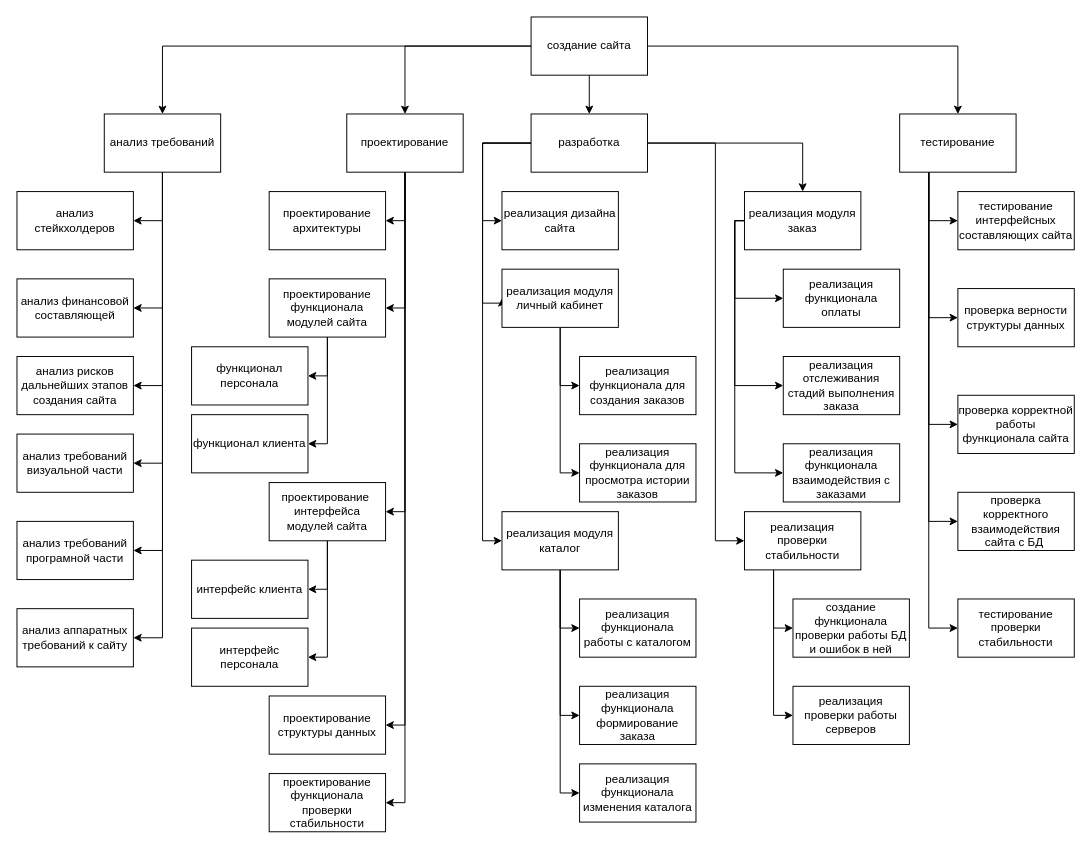
Above: page "Page-1" (1 of 2) of Untitled Diagram.drawio in AlexeiAnisimov/alexeiRepozitorii (draw.io), before the change. Source tidied: cells renumbered, new cells numbered last; positions are measured from the earlier drawing's top-left corner, leaving out a move shared by most shapes. Both pictures are drawn from the tidied source at 97%, with x=0, y=0 at pixel (16, 16).
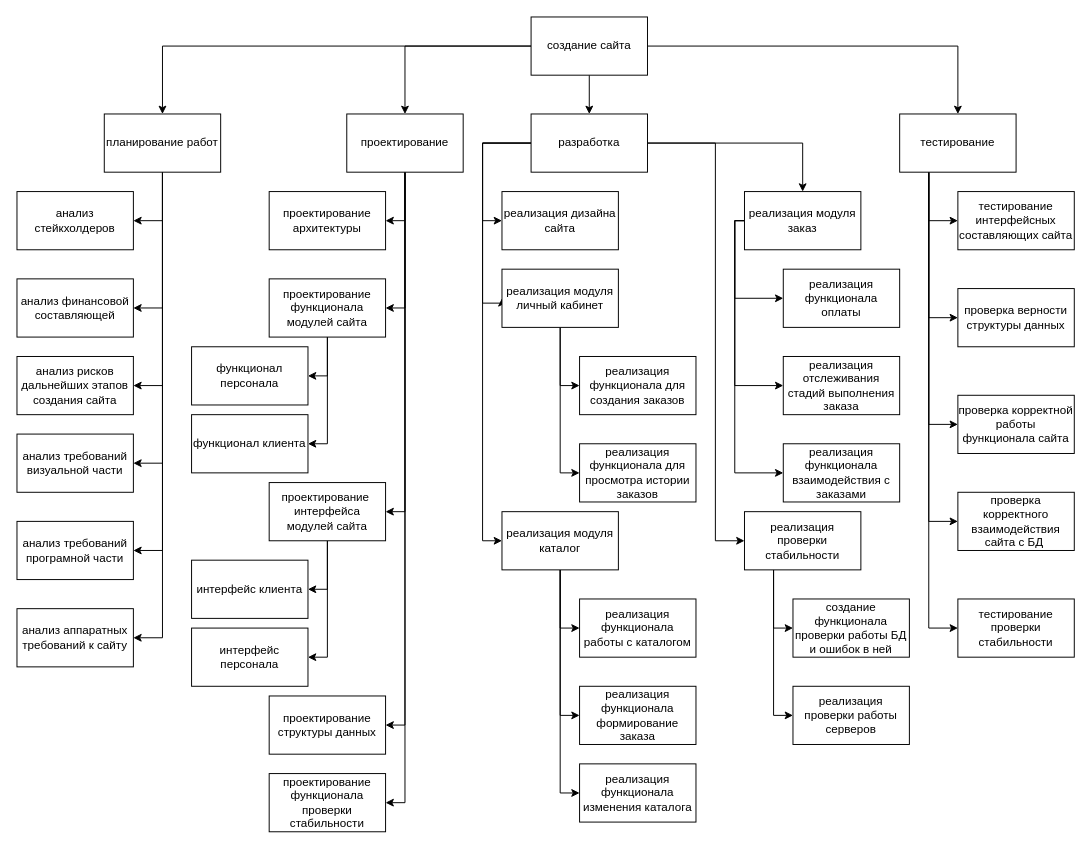
Above is the later version.

The edit, as a diff of the source:
```diff
@@
-    <mxCell id="13" value="анализ требований" style="rounded=0;whiteSpace=wrap;html=1;" parent="1" vertex="1">
+    <mxCell id="13" value="планирование работ" style="rounded=0;whiteSpace=wrap;html=1;" parent="1" vertex="1">
       <mxGeometry x="90" y="100" width="120" height="60" as="geometry" />
     </mxCell>
```
